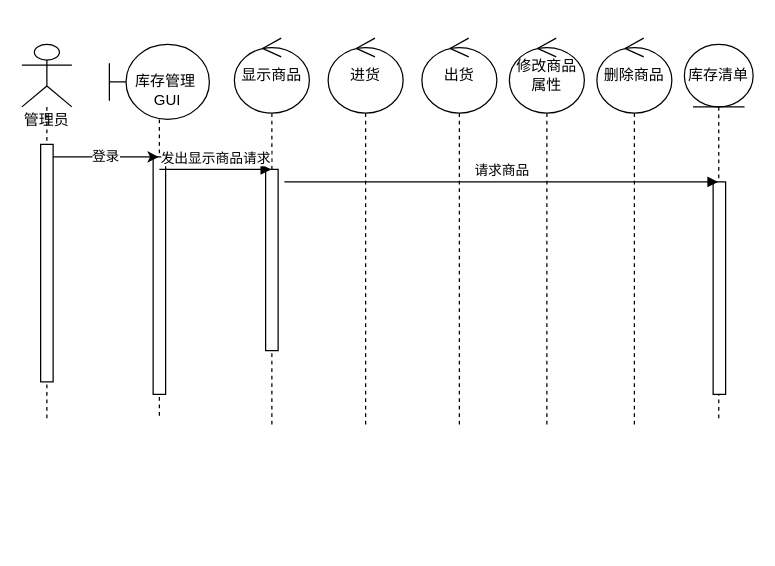
Earlier version of the draw.io diagram 顺序图.drawio (slothfulviewer/slothfulviewer). Source tidied: cells renumbered, new cells numbered last; positions are measured from the earlier drawing's top-left corner, leaving out a move shared by most shapes. Both pictures are drawn from the tidied source at 125%, with x=0, y=0 at pixel (21, 38).
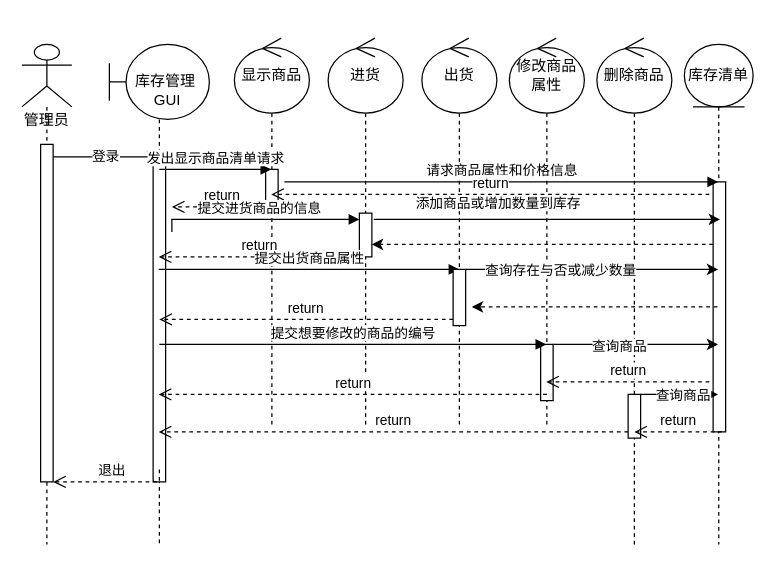
After the change.

The change refers to these unchanged cells:
```xml
<mxCell id="8" value="显示商品" style="shape=umlLifeline;perimeter=lifelinePerimeter;whiteSpace=wrap;html=1;outlineConnect=0;portConstraint=eastwest;newEdgeStyle={&quot;edgeStyle&quot;:&quot;elbowEdgeStyle&quot;,&quot;elbow&quot;:&quot;vertical&quot;,&quot;curved&quot;:0,&quot;rounded&quot;:0};participant=umlControl;size=60;" parent="1" vertex="1">
  <mxGeometry x="170" width="60" height="310" as="geometry" />
</mxCell>
<mxCell id="10" value="进货" style="shape=umlLifeline;perimeter=lifelinePerimeter;whiteSpace=wrap;html=1;newEdgeStyle={&quot;edgeStyle&quot;:&quot;elbowEdgeStyle&quot;,&quot;elbow&quot;:&quot;vertical&quot;,&quot;curved&quot;:0,&quot;rounded&quot;:0};participant=umlControl;size=60;" parent="1" vertex="1">
  <mxGeometry x="245" width="60" height="310" as="geometry" />
</mxCell>
<mxCell id="12" value="修改商品属性" style="shape=umlLifeline;perimeter=lifelinePerimeter;whiteSpace=wrap;html=1;outlineConnect=0;portConstraint=eastwest;newEdgeStyle={&quot;edgeStyle&quot;:&quot;elbowEdgeStyle&quot;,&quot;elbow&quot;:&quot;vertical&quot;,&quot;curved&quot;:0,&quot;rounded&quot;:0};participant=umlControl;size=60;" parent="1" vertex="1">
  <mxGeometry x="390" width="60" height="310" as="geometry" />
</mxCell>
```

What changed in the source:
```diff
@@
     <mxCell id="2" value="&lt;div&gt;&lt;br&gt;&lt;/div&gt;&lt;div&gt;&lt;br&gt;&lt;/div&gt;&lt;div&gt;&lt;br&gt;&lt;/div&gt;&lt;div&gt;&lt;br&gt;&lt;/div&gt;&lt;div&gt;&lt;br&gt;&lt;/div&gt;&lt;div&gt;管理员&lt;/div&gt;" style="shape=umlLifeline;perimeter=lifelinePerimeter;whiteSpace=wrap;html=1;newEdgeStyle={&quot;edgeStyle&quot;:&quot;elbowEdgeStyle&quot;,&quot;elbow&quot;:&quot;vertical&quot;,&quot;curved&quot;:0,&quot;rounded&quot;:0};participant=umlActor;size=50;" parent="1" vertex="1">
-      <mxGeometry y="5" width="40" height="300" as="geometry" />
+      <mxGeometry y="5" width="40" height="400" as="geometry" />
     </mxCell>
     <mxCell id="3" style="html=1;points=[];perimeter=orthogonalPerimeter;outlineConnect=0;targetShapes=umlLifeline;portConstraint=eastwest;newEdgeStyle={&quot;edgeStyle&quot;:&quot;elbowEdgeStyle&quot;,&quot;elbow&quot;:&quot;vertical&quot;,&quot;curved&quot;:0,&quot;rounded&quot;:0};" parent="2" vertex="1">
-      <mxGeometry x="15" y="80" width="10" height="190" as="geometry" />
+      <mxGeometry x="15" y="80" width="10" height="270" as="geometry" />
     </mxCell>
     <mxCell id="4" value="&lt;div&gt;&lt;br&gt;&lt;/div&gt;&lt;div&gt;&lt;br&gt;&lt;/div&gt;&lt;div&gt;&amp;nbsp;&amp;nbsp; 库存管理&lt;/div&gt;&lt;div&gt;&amp;nbsp;&amp;nbsp;&amp;nbsp; GUI&lt;/div&gt;&lt;div&gt;&lt;br&gt;&lt;/div&gt;" style="shape=umlLifeline;perimeter=lifelinePerimeter;whiteSpace=wrap;html=1;outlineConnect=0;portConstraint=eastwest;newEdgeStyle={&quot;edgeStyle&quot;:&quot;elbowEdgeStyle&quot;,&quot;elbow&quot;:&quot;vertical&quot;,&quot;curved&quot;:0,&quot;rounded&quot;:0};participant=umlBoundary;size=60;" parent="1" vertex="1">
-      <mxGeometry x="70" y="5" width="80" height="300" as="geometry" />
+      <mxGeometry x="70" y="5" width="80" height="400" as="geometry" />
     </mxCell>
     <mxCell id="5" style="html=1;perimeter=orthogonalPerimeter;targetShapes=umlLifeline;newEdgeStyle={&quot;edgeStyle&quot;:&quot;elbowEdgeStyle&quot;,&quot;elbow&quot;:&quot;vertical&quot;,&quot;curved&quot;:0,&quot;rounded&quot;:0};" parent="4" vertex="1">
-      <mxGeometry x="35" y="90" width="10" height="190" as="geometry" />
+      <mxGeometry x="35" y="90" width="10" height="260" as="geometry" />
     </mxCell>
     <mxCell id="6" value="库存清单" style="shape=umlLifeline;perimeter=lifelinePerimeter;whiteSpace=wrap;html=1;outlineConnect=0;portConstraint=eastwest;newEdgeStyle={&quot;edgeStyle&quot;:&quot;elbowEdgeStyle&quot;,&quot;elbow&quot;:&quot;vertical&quot;,&quot;curved&quot;:0,&quot;rounded&quot;:0};participant=umlEntity;size=50;" parent="1" vertex="1">
-      <mxGeometry x="530" y="5" width="55" height="300" as="geometry" />
+      <mxGeometry x="530" y="5" width="55" height="400" as="geometry" />
     </mxCell>
     <mxCell id="7" style="html=1;points=[];perimeter=orthogonalPerimeter;outlineConnect=0;targetShapes=umlLifeline;portConstraint=eastwest;newEdgeStyle={&quot;edgeStyle&quot;:&quot;elbowEdgeStyle&quot;,&quot;elbow&quot;:&quot;vertical&quot;,&quot;curved&quot;:0,&quot;rounded&quot;:0};" parent="6" vertex="1">
-      <mxGeometry x="23" y="110" width="10" height="170" as="geometry" />
+      <mxGeometry x="23" y="110" width="10" height="200" as="geometry" />
     </mxCell>
@@
     <mxCell id="9" style="html=1;perimeter=orthogonalPerimeter;targetShapes=umlLifeline;newEdgeStyle={&quot;edgeStyle&quot;:&quot;elbowEdgeStyle&quot;,&quot;elbow&quot;:&quot;vertical&quot;,&quot;curved&quot;:0,&quot;rounded&quot;:0};" parent="8" vertex="1">
-      <mxGeometry x="25" y="105" width="10" height="145" as="geometry" />
+      <mxGeometry x="25" y="105" width="10" height="35" as="geometry" />
     </mxCell>
@@
+    <mxCell id="17" style="html=1;points=[];perimeter=orthogonalPerimeter;outlineConnect=0;targetShapes=umlLifeline;portConstraint=eastwest;newEdgeStyle={&quot;edgeStyle&quot;:&quot;elbowEdgeStyle&quot;,&quot;elbow&quot;:&quot;vertical&quot;,&quot;curved&quot;:0,&quot;rounded&quot;:0};" parent="10" vertex="1">
+      <mxGeometry x="25" y="140" width="10" height="35" as="geometry" />
+    </mxCell>
@@
+    <mxCell id="18" style="html=1;points=[];perimeter=orthogonalPerimeter;outlineConnect=0;targetShapes=umlLifeline;portConstraint=eastwest;newEdgeStyle={&quot;edgeStyle&quot;:&quot;elbowEdgeStyle&quot;,&quot;elbow&quot;:&quot;vertical&quot;,&quot;curved&quot;:0,&quot;rounded&quot;:0};" parent="12" vertex="1">
+      <mxGeometry x="25" y="245" width="10" height="45" as="geometry" />
+    </mxCell>
     <mxCell id="13" value="删除商品" style="shape=umlLifeline;perimeter=lifelinePerimeter;whiteSpace=wrap;html=1;newEdgeStyle={&quot;edgeStyle&quot;:&quot;elbowEdgeStyle&quot;,&quot;elbow&quot;:&quot;vertical&quot;,&quot;curved&quot;:0,&quot;rounded&quot;:0};participant=umlControl;size=60;" parent="1" vertex="1">
-      <mxGeometry x="460" width="60" height="310" as="geometry" />
+      <mxGeometry x="460" width="60" height="405" as="geometry" />
     </mxCell>
@@
-    <mxCell id="15" value="发出显示商品请求" style="html=1;verticalAlign=bottom;endArrow=block;edgeStyle=elbowEdgeStyle;elbow=vertical;curved=0;rounded=0;" parent="1" edge="1" target="8">
+    <mxCell id="15" value="发出显示商品清单请求" style="html=1;verticalAlign=bottom;endArrow=block;edgeStyle=elbowEdgeStyle;elbow=vertical;curved=0;rounded=0;" parent="1" edge="1" target="8">
       <mxGeometry relative="1" as="geometry">
         <mxPoint x="110" y="105" as="sourcePoint" />
       </mxGeometry>
     </mxCell>
-    <mxCell id="16" value="请求商品" style="html=1;verticalAlign=bottom;endArrow=block;edgeStyle=elbowEdgeStyle;elbow=vertical;curved=0;rounded=0;" parent="1" edge="1" target="6">
+    <mxCell id="16" value="请求商品属性和价格信息" style="html=1;verticalAlign=bottom;endArrow=block;edgeStyle=elbowEdgeStyle;elbow=vertical;curved=0;rounded=0;" parent="1" edge="1" target="6">
       <mxGeometry relative="1" as="geometry">
         <mxPoint x="210" y="115" as="sourcePoint" />
       </mxGeometry>
     </mxCell>
+    <mxCell id="19" value="return" style="html=1;verticalAlign=bottom;endArrow=open;dashed=1;endSize=8;edgeStyle=elbowEdgeStyle;elbow=vertical;curved=0;rounded=0;" parent="1" edge="1" target="8">
+      <mxGeometry relative="1" as="geometry">
+        <mxPoint x="550" y="125" as="sourcePoint" />
+      </mxGeometry>
+    </mxCell>
+    <mxCell id="20" value="return" style="html=1;verticalAlign=bottom;endArrow=open;dashed=1;endSize=8;edgeStyle=elbowEdgeStyle;elbow=vertical;curved=0;rounded=0;" parent="1" edge="1">
+      <mxGeometry relative="1" as="geometry">
+        <mxPoint x="200" y="135" as="sourcePoint" />
+        <mxPoint x="120" y="135" as="targetPoint" />
+      </mxGeometry>
+    </mxCell>
+    <mxCell id="21" style="edgeStyle=elbowEdgeStyle;rounded=0;jettySize=auto;html=1;elbow=vertical;curved=0;" parent="1" edge="1" source="37" target="6">
+      <mxGeometry relative="1" as="geometry">
+        <Array as="points">
+          <mxPoint x="500" y="285" />
+        </Array>
+      </mxGeometry>
+    </mxCell>
+    <mxCell id="22" value="查询商品" style="edgeLabel;html=1;align=center;verticalAlign=middle;" parent="21" vertex="1">
+      <mxGeometry x="0.06" relative="1" as="geometry" />
+    </mxCell>
+    <mxCell id="23" style="edgeStyle=elbowEdgeStyle;rounded=0;jettySize=auto;html=1;elbow=vertical;curved=0;" parent="1" edge="1" source="18" target="6">
+      <mxGeometry relative="1" as="geometry">
+        <Array as="points">
+          <mxPoint x="520" y="245" />
+        </Array>
+      </mxGeometry>
+    </mxCell>
+    <mxCell id="24" value="查询商品" style="edgeLabel;html=1;align=center;verticalAlign=middle;" parent="23" vertex="1">
+      <mxGeometry x="-0.21" y="-1" relative="1" as="geometry" />
+    </mxCell>
+    <mxCell id="25" style="edgeStyle=elbowEdgeStyle;rounded=0;jettySize=auto;html=1;elbow=vertical;curved=0;" parent="1" edge="1" source="35" target="6">
+      <mxGeometry relative="1" as="geometry">
+        <Array as="points">
+          <mxPoint x="450" y="185" />
+        </Array>
+      </mxGeometry>
+    </mxCell>
+    <mxCell id="26" style="edgeStyle=elbowEdgeStyle;rounded=0;orthogonalLoop=1;jettySize=auto;html=1;elbow=vertical;curved=0;" parent="1" edge="1">
+      <mxGeometry relative="1" as="geometry">
+        <mxPoint x="281.5" y="145" as="sourcePoint" />
+        <mxPoint x="558.5" y="145" as="targetPoint" />
+        <Array as="points">
+          <mxPoint x="341.5" y="145" />
+          <mxPoint x="311.5" y="155" />
+        </Array>
+      </mxGeometry>
+    </mxCell>
+    <mxCell id="27" value="添加商品或增加数量到库存" style="edgeLabel;html=1;align=center;verticalAlign=middle;" parent="26" vertex="1">
+      <mxGeometry x="-0.28" relative="1" as="geometry">
+        <mxPoint x="-1" y="-14" as="offset" />
+      </mxGeometry>
+    </mxCell>
+    <mxCell id="28" value="查询存在与否或减少数量" style="edgeLabel;html=1;align=center;verticalAlign=middle;" parent="1" vertex="1">
+      <mxGeometry x="430" y="185" as="geometry" />
+    </mxCell>
+    <mxCell id="29" style="edgeStyle=elbowEdgeStyle;rounded=0;orthogonalLoop=1;jettySize=auto;html=1;elbow=vertical;curved=0;dashed=1;" parent="1" edge="1">
+      <mxGeometry relative="1" as="geometry">
+        <mxPoint x="556.5" y="215" as="sourcePoint" />
+        <mxPoint x="360" y="215" as="targetPoint" />
+      </mxGeometry>
+    </mxCell>
+    <mxCell id="30" value="return" style="html=1;verticalAlign=bottom;endArrow=open;dashed=1;endSize=8;edgeStyle=elbowEdgeStyle;elbow=vertical;curved=0;rounded=0;" parent="1" edge="1" source="37" target="4">
+      <mxGeometry relative="1" as="geometry">
+        <Array as="points">
+          <mxPoint x="370" y="315" />
+        </Array>
+      </mxGeometry>
+    </mxCell>
+    <mxCell id="31" value="return" style="html=1;verticalAlign=bottom;endArrow=open;dashed=1;endSize=8;edgeStyle=elbowEdgeStyle;elbow=vertical;curved=0;rounded=0;" parent="1" edge="1" target="4">
+      <mxGeometry relative="1" as="geometry">
+        <mxPoint x="270" y="175" as="sourcePoint" />
+      </mxGeometry>
+    </mxCell>
+    <mxCell id="32" value="return" style="html=1;verticalAlign=bottom;endArrow=open;dashed=1;endSize=8;edgeStyle=elbowEdgeStyle;elbow=vertical;curved=0;rounded=0;" parent="1" edge="1" source="35">
+      <mxGeometry relative="1" as="geometry">
+        <mxPoint x="110" y="225" as="targetPoint" />
+        <Array as="points">
+          <mxPoint x="310" y="225" />
+        </Array>
+      </mxGeometry>
+    </mxCell>
+    <mxCell id="33" value="提交进货商品的信息" style="html=1;verticalAlign=bottom;endArrow=block;edgeStyle=elbowEdgeStyle;elbow=vertical;curved=0;rounded=0;" parent="1" edge="1" target="17">
+      <mxGeometry relative="1" as="geometry">
+        <mxPoint x="120" y="155" as="sourcePoint" />
+        <Array as="points">
+          <mxPoint x="200" y="145" />
+        </Array>
+      </mxGeometry>
+    </mxCell>
+    <mxCell id="34" value="提交出货商品属性" style="html=1;verticalAlign=bottom;endArrow=block;edgeStyle=elbowEdgeStyle;elbow=vertical;curved=0;rounded=0;" parent="1" edge="1" source="4">
+      <mxGeometry relative="1" as="geometry">
+        <mxPoint x="350" y="185" as="targetPoint" />
+      </mxGeometry>
+    </mxCell>
+    <mxCell id="35" style="html=1;points=[];perimeter=orthogonalPerimeter;outlineConnect=0;targetShapes=umlLifeline;portConstraint=eastwest;newEdgeStyle={&quot;edgeStyle&quot;:&quot;elbowEdgeStyle&quot;,&quot;elbow&quot;:&quot;vertical&quot;,&quot;curved&quot;:0,&quot;rounded&quot;:0};" parent="1" vertex="1">
+      <mxGeometry x="345" y="185" width="10" height="45" as="geometry" />
+    </mxCell>
+    <mxCell id="36" value="提交想要修改的商品的编号" style="html=1;verticalAlign=bottom;endArrow=block;edgeStyle=elbowEdgeStyle;elbow=vertical;curved=0;rounded=0;" parent="1" edge="1" target="12">
+      <mxGeometry relative="1" as="geometry">
+        <mxPoint x="110" y="245" as="sourcePoint" />
+      </mxGeometry>
+    </mxCell>
+    <mxCell id="37" style="html=1;points=[];perimeter=orthogonalPerimeter;outlineConnect=0;targetShapes=umlLifeline;portConstraint=eastwest;newEdgeStyle={&quot;edgeStyle&quot;:&quot;elbowEdgeStyle&quot;,&quot;elbow&quot;:&quot;vertical&quot;,&quot;curved&quot;:0,&quot;rounded&quot;:0};" parent="1" vertex="1">
+      <mxGeometry x="485" y="285" width="10" height="35" as="geometry" />
+    </mxCell>
+    <mxCell id="38" value="return" style="html=1;verticalAlign=bottom;endArrow=open;dashed=1;endSize=8;edgeStyle=elbowEdgeStyle;elbow=vertical;curved=0;rounded=0;" parent="1" edge="1">
+      <mxGeometry relative="1" as="geometry">
+        <mxPoint x="560" y="315" as="sourcePoint" />
+        <mxPoint x="490" y="315" as="targetPoint" />
+      </mxGeometry>
+    </mxCell>
+    <mxCell id="39" value="return" style="html=1;verticalAlign=bottom;endArrow=open;dashed=1;endSize=8;edgeStyle=elbowEdgeStyle;elbow=vertical;curved=0;rounded=0;" parent="1" edge="1" target="12">
+      <mxGeometry relative="1" as="geometry">
+        <mxPoint x="550" y="275" as="sourcePoint" />
+      </mxGeometry>
+    </mxCell>
+    <mxCell id="40" value="return" style="html=1;verticalAlign=bottom;endArrow=open;dashed=1;endSize=8;edgeStyle=elbowEdgeStyle;elbow=vertical;curved=0;rounded=0;" parent="1" edge="1" target="4">
+      <mxGeometry relative="1" as="geometry">
+        <mxPoint x="420" y="285" as="sourcePoint" />
+      </mxGeometry>
+    </mxCell>
+    <mxCell id="41" value="退出" style="html=1;verticalAlign=bottom;endArrow=open;dashed=1;endSize=8;edgeStyle=elbowEdgeStyle;elbow=vertical;curved=0;rounded=0;" parent="1" edge="1" target="3">
+      <mxGeometry relative="1" as="geometry">
+        <mxPoint x="110" y="345" as="sourcePoint" />
+        <Array as="points">
+          <mxPoint x="70" y="355" />
+        </Array>
+      </mxGeometry>
+    </mxCell>
+    <mxCell id="42" style="edgeStyle=elbowEdgeStyle;rounded=0;jettySize=auto;html=1;elbow=vertical;curved=0;dashed=1;" parent="1" edge="1" source="7" target="17">
+      <mxGeometry relative="1" as="geometry">
+        <Array as="points">
+          <mxPoint x="320" y="165" />
+        </Array>
+      </mxGeometry>
+    </mxCell>
```
